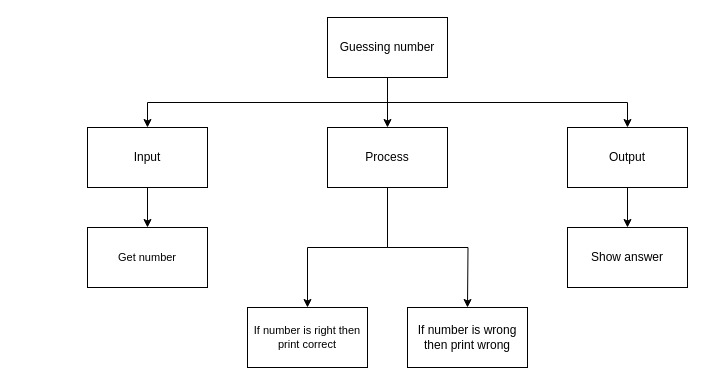
Before: design.drawio in Aleksandr-Ten/ICS3U-Unit3-03-Python, a draw.io diagram. Source tidied: cells renumbered, new cells numbered last; positions are measured from the earlier drawing's top-left corner, leaving out a move shared by most shapes. Both pictures are drawn from the tidied source at 100%, with x=0, y=0 at pixel (87, 17).
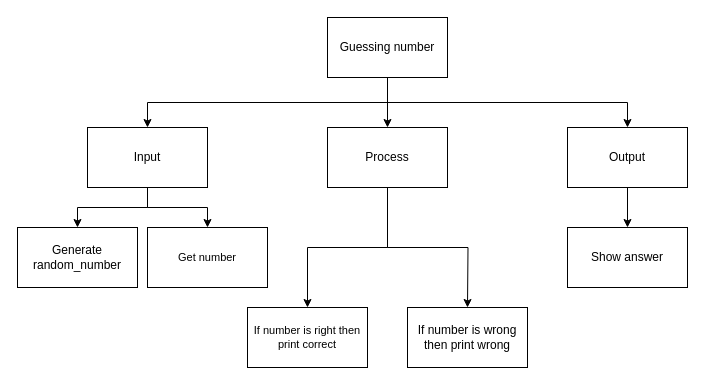
After the change.

Change to the diagram source:
```diff
@@
 <mxGraphModel>
   <root>
     <mxCell id="0" />
     <mxCell id="1" parent="0" />
     <mxCell id="2" style="edgeStyle=none;html=1;exitX=0.5;exitY=1;exitDx=0;exitDy=0;entryX=0.5;entryY=0;entryDx=0;entryDy=0;" parent="1" edge="1" source="5" target="8">
       <mxGeometry relative="1" as="geometry" />
     </mxCell>
     <mxCell id="3" style="edgeStyle=orthogonalEdgeStyle;html=1;exitX=0.5;exitY=1;exitDx=0;exitDy=0;entryX=0.5;entryY=0;entryDx=0;entryDy=0;rounded=0;" parent="1" edge="1" source="5" target="10">
       <mxGeometry relative="1" as="geometry" />
     </mxCell>
     <mxCell id="4" style="edgeStyle=orthogonalEdgeStyle;shape=connector;rounded=0;html=1;labelBackgroundColor=default;fontFamily=Helvetica;fontSize=11;fontColor=default;endArrow=classic;strokeColor=default;exitX=0.5;exitY=1;exitDx=0;exitDy=0;" parent="1" edge="1" source="5" target="12">
       <mxGeometry relative="1" as="geometry" />
     </mxCell>
     <mxCell id="5" value="Guessing number" style="rounded=0;whiteSpace=wrap;html=1;" parent="1" vertex="1">
       <mxGeometry x="240" width="120" height="60" as="geometry" />
     </mxCell>
     <mxCell id="6" style="edgeStyle=orthogonalEdgeStyle;shape=connector;rounded=0;html=1;labelBackgroundColor=default;fontFamily=Helvetica;fontSize=11;fontColor=default;endArrow=classic;strokeColor=default;" parent="1" edge="1" source="8" target="14">
       <mxGeometry relative="1" as="geometry" />
     </mxCell>
     <mxCell id="7" style="edgeStyle=orthogonalEdgeStyle;shape=connector;rounded=0;html=1;exitX=0.5;exitY=1;exitDx=0;exitDy=0;labelBackgroundColor=default;fontFamily=Helvetica;fontSize=11;fontColor=default;endArrow=classic;strokeColor=default;" parent="1" edge="1" source="8">
       <mxGeometry relative="1" as="geometry">
         <mxPoint x="380" y="290" as="targetPoint" />
       </mxGeometry>
     </mxCell>
     <mxCell id="8" value="Process" style="rounded=0;whiteSpace=wrap;html=1;" parent="1" vertex="1">
       <mxGeometry x="240" y="110" width="120" height="60" as="geometry" />
     </mxCell>
     <mxCell id="9" style="edgeStyle=orthogonalEdgeStyle;shape=connector;rounded=0;html=1;exitX=0.5;exitY=1;exitDx=0;exitDy=0;labelBackgroundColor=default;fontFamily=Helvetica;fontSize=11;fontColor=default;endArrow=classic;strokeColor=default;" parent="1" edge="1" source="10" target="13">
       <mxGeometry relative="1" as="geometry" />
     </mxCell>
+    <mxCell id="17" style="edgeStyle=orthogonalEdgeStyle;html=1;rounded=0;" parent="1" edge="1" source="10" target="18">
+      <mxGeometry relative="1" as="geometry" />
+    </mxCell>
     <mxCell id="10" value="Input" style="rounded=0;whiteSpace=wrap;html=1;" parent="1" vertex="1">
       <mxGeometry y="110" width="120" height="60" as="geometry" />
     </mxCell>
     <mxCell id="11" style="edgeStyle=orthogonalEdgeStyle;html=1;exitX=0.5;exitY=1;exitDx=0;exitDy=0;rounded=0;" parent="1" edge="1" source="12" target="15">
       <mxGeometry relative="1" as="geometry" />
     </mxCell>
     <mxCell id="12" value="Output" style="rounded=0;whiteSpace=wrap;html=1;" parent="1" vertex="1">
       <mxGeometry x="480" y="110" width="120" height="60" as="geometry" />
     </mxCell>
     <mxCell id="13" value="Get number" style="rounded=0;whiteSpace=wrap;html=1;fontFamily=Helvetica;fontSize=11;fontColor=default;" parent="1" vertex="1">
-      <mxGeometry y="210" width="120" height="60" as="geometry" />
+      <mxGeometry x="60" y="210" width="120" height="60" as="geometry" />
     </mxCell>
     <mxCell id="14" value="If number is right then print correct" style="rounded=0;whiteSpace=wrap;html=1;fontFamily=Helvetica;fontSize=11;fontColor=default;" parent="1" vertex="1">
       <mxGeometry x="160" y="290" width="120" height="60" as="geometry" />
     </mxCell>
     <mxCell id="15" value="Show answer" style="rounded=0;whiteSpace=wrap;html=1;" parent="1" vertex="1">
       <mxGeometry x="480" y="210" width="120" height="60" as="geometry" />
     </mxCell>
     <mxCell id="16" value="If number is wrong then print wrong" style="rounded=0;whiteSpace=wrap;html=1;" parent="1" vertex="1">
       <mxGeometry x="320" y="290" width="120" height="60" as="geometry" />
     </mxCell>
+    <mxCell id="18" value="Generate random_number" style="rounded=0;whiteSpace=wrap;html=1;" parent="1" vertex="1">
+      <mxGeometry x="-70" y="210" width="120" height="60" as="geometry" />
+    </mxCell>
   </root>
 </mxGraphModel>
```
